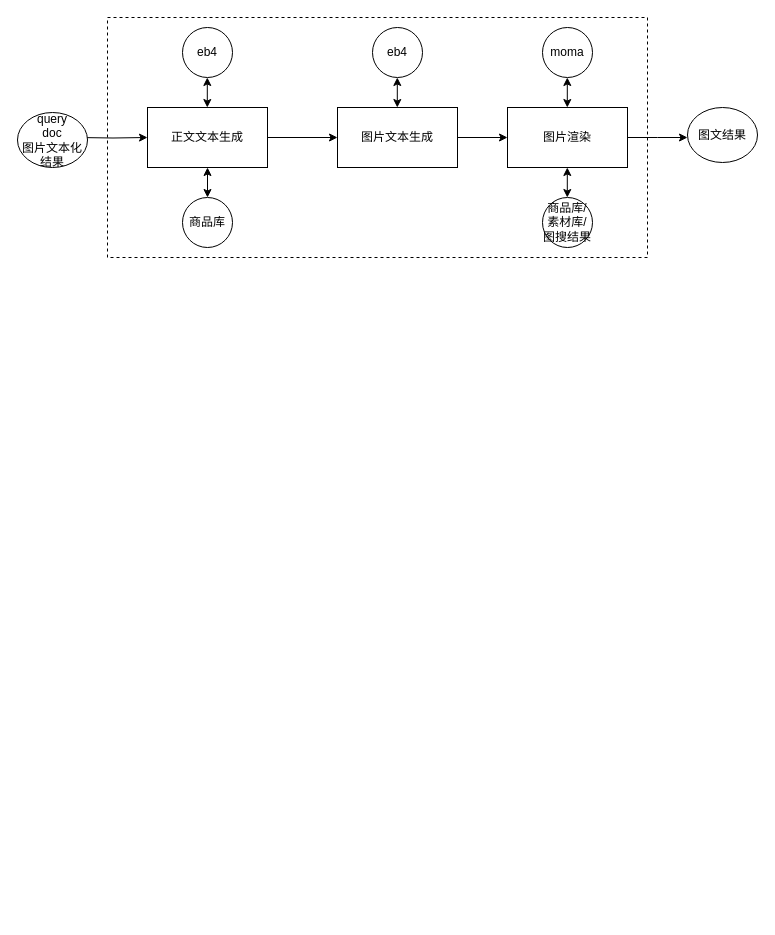
2018liuyan/one keeps this draw.io diagram as 秒笔.drawio. Above is the earlier version. Source tidied: cells renumbered, new cells numbered last; positions are measured from the earlier drawing's top-left corner, leaving out a move shared by most shapes. Both pictures are drawn from the tidied source at 100%, with x=0, y=0 at pixel (17, 17).
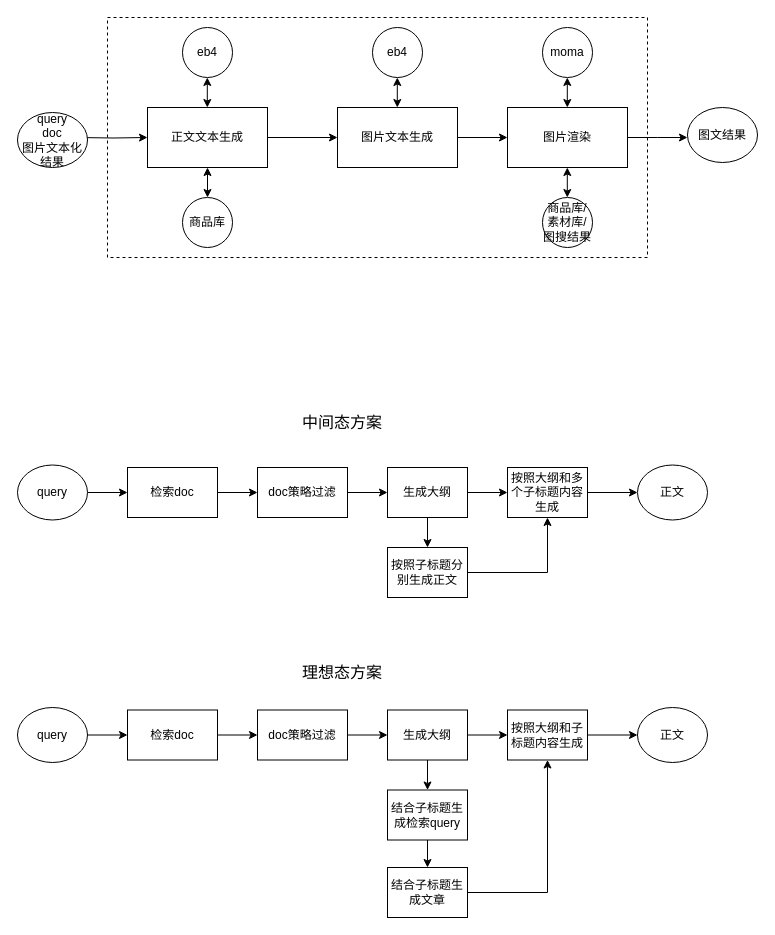
The same diagram, later.

What changed in the source:
```diff
@@
+    <mxCell id="22" style="edgeStyle=orthogonalEdgeStyle;rounded=0;jettySize=auto;html=1;" parent="1" edge="1" source="23" target="25">
+      <mxGeometry relative="1" as="geometry" />
+    </mxCell>
+    <mxCell id="23" value="query" style="ellipse;whiteSpace=wrap;html=1;" parent="1" vertex="1">
+      <mxGeometry y="447.5" width="70" height="55" as="geometry" />
+    </mxCell>
+    <mxCell id="24" style="edgeStyle=orthogonalEdgeStyle;rounded=0;jettySize=auto;html=1;" parent="1" edge="1" source="25" target="27">
+      <mxGeometry relative="1" as="geometry" />
+    </mxCell>
+    <mxCell id="25" value="检索doc" style="rounded=0;whiteSpace=wrap;html=1;" parent="1" vertex="1">
+      <mxGeometry x="110" y="450" width="90" height="50" as="geometry" />
+    </mxCell>
+    <mxCell id="26" style="edgeStyle=orthogonalEdgeStyle;rounded=0;jettySize=auto;html=1;" parent="1" edge="1" source="27" target="30">
+      <mxGeometry relative="1" as="geometry" />
+    </mxCell>
+    <mxCell id="27" value="doc策略过滤" style="rounded=0;whiteSpace=wrap;html=1;" parent="1" vertex="1">
+      <mxGeometry x="240" y="450" width="90" height="50" as="geometry" />
+    </mxCell>
+    <mxCell id="28" style="edgeStyle=orthogonalEdgeStyle;rounded=0;jettySize=auto;html=1;" parent="1" edge="1" source="30" target="32">
+      <mxGeometry relative="1" as="geometry" />
+    </mxCell>
+    <mxCell id="29" style="edgeStyle=orthogonalEdgeStyle;rounded=0;jettySize=auto;html=1;" parent="1" edge="1" source="30" target="34">
+      <mxGeometry relative="1" as="geometry" />
+    </mxCell>
+    <mxCell id="30" value="生成大纲" style="rounded=0;whiteSpace=wrap;html=1;" parent="1" vertex="1">
+      <mxGeometry x="370" y="450" width="80" height="50" as="geometry" />
+    </mxCell>
+    <mxCell id="31" style="edgeStyle=orthogonalEdgeStyle;rounded=0;jettySize=auto;html=1;" parent="1" edge="1" source="32" target="34">
+      <mxGeometry relative="1" as="geometry" />
+    </mxCell>
+    <mxCell id="32" value="按照子标题分别生成正文" style="rounded=0;whiteSpace=wrap;html=1;" parent="1" vertex="1">
+      <mxGeometry x="370" y="530" width="80" height="50" as="geometry" />
+    </mxCell>
+    <mxCell id="33" style="edgeStyle=orthogonalEdgeStyle;rounded=0;jettySize=auto;html=1;" parent="1" edge="1" source="34" target="35">
+      <mxGeometry relative="1" as="geometry" />
+    </mxCell>
+    <mxCell id="34" value="按照大纲和多个子标题内容生成" style="rounded=0;whiteSpace=wrap;html=1;" parent="1" vertex="1">
+      <mxGeometry x="490" y="450" width="80" height="50" as="geometry" />
+    </mxCell>
+    <mxCell id="35" value="正文" style="ellipse;whiteSpace=wrap;html=1;" parent="1" vertex="1">
+      <mxGeometry x="620" y="447.5" width="70" height="55" as="geometry" />
+    </mxCell>
+    <mxCell id="36" value="&lt;font style=&quot;font-size: 16px;&quot;&gt;中间态方案&lt;/font&gt;" style="text;html=1;align=center;verticalAlign=middle;whiteSpace=wrap;rounded=0;" parent="1" vertex="1">
+      <mxGeometry x="270" y="390" width="110" height="30" as="geometry" />
+    </mxCell>
+    <mxCell id="37" value="&lt;span style=&quot;font-size: 16px;&quot;&gt;理想态方案&lt;/span&gt;" style="text;html=1;align=center;verticalAlign=middle;whiteSpace=wrap;rounded=0;" parent="1" vertex="1">
+      <mxGeometry x="270" y="640" width="110" height="30" as="geometry" />
+    </mxCell>
+    <mxCell id="38" style="edgeStyle=orthogonalEdgeStyle;rounded=0;jettySize=auto;html=1;" parent="1" edge="1" source="39" target="41">
+      <mxGeometry relative="1" as="geometry" />
+    </mxCell>
+    <mxCell id="39" value="query" style="ellipse;whiteSpace=wrap;html=1;" parent="1" vertex="1">
+      <mxGeometry y="690" width="70" height="55" as="geometry" />
+    </mxCell>
+    <mxCell id="40" style="edgeStyle=orthogonalEdgeStyle;rounded=0;jettySize=auto;html=1;" parent="1" edge="1" source="41" target="43">
+      <mxGeometry relative="1" as="geometry" />
+    </mxCell>
+    <mxCell id="41" value="检索doc" style="rounded=0;whiteSpace=wrap;html=1;" parent="1" vertex="1">
+      <mxGeometry x="110" y="692.5" width="90" height="50" as="geometry" />
+    </mxCell>
+    <mxCell id="42" style="edgeStyle=orthogonalEdgeStyle;rounded=0;jettySize=auto;html=1;" parent="1" edge="1" source="43" target="46">
+      <mxGeometry relative="1" as="geometry" />
+    </mxCell>
+    <mxCell id="43" value="doc策略过滤" style="rounded=0;whiteSpace=wrap;html=1;" parent="1" vertex="1">
+      <mxGeometry x="240" y="692.5" width="90" height="50" as="geometry" />
+    </mxCell>
+    <mxCell id="44" style="edgeStyle=orthogonalEdgeStyle;rounded=0;jettySize=auto;html=1;" parent="1" edge="1" source="46" target="48">
+      <mxGeometry relative="1" as="geometry" />
+    </mxCell>
+    <mxCell id="45" style="edgeStyle=orthogonalEdgeStyle;rounded=0;jettySize=auto;html=1;" parent="1" edge="1" source="46" target="50">
+      <mxGeometry relative="1" as="geometry" />
+    </mxCell>
+    <mxCell id="46" value="生成大纲" style="rounded=0;whiteSpace=wrap;html=1;" parent="1" vertex="1">
+      <mxGeometry x="370" y="692.5" width="80" height="50" as="geometry" />
+    </mxCell>
+    <mxCell id="47" style="edgeStyle=orthogonalEdgeStyle;rounded=0;jettySize=auto;html=1;" parent="1" edge="1" source="48" target="53">
+      <mxGeometry relative="1" as="geometry" />
+    </mxCell>
+    <mxCell id="48" value="结合子标题生成检索query" style="rounded=0;whiteSpace=wrap;html=1;" parent="1" vertex="1">
+      <mxGeometry x="370" y="772.5" width="80" height="50" as="geometry" />
+    </mxCell>
+    <mxCell id="49" style="edgeStyle=orthogonalEdgeStyle;rounded=0;jettySize=auto;html=1;" parent="1" edge="1" source="50" target="51">
+      <mxGeometry relative="1" as="geometry" />
+    </mxCell>
+    <mxCell id="50" value="按照大纲和子标题内容生成" style="rounded=0;whiteSpace=wrap;html=1;" parent="1" vertex="1">
+      <mxGeometry x="490" y="692.5" width="80" height="50" as="geometry" />
+    </mxCell>
+    <mxCell id="51" value="正文" style="ellipse;whiteSpace=wrap;html=1;" parent="1" vertex="1">
+      <mxGeometry x="620" y="690" width="70" height="55" as="geometry" />
+    </mxCell>
+    <mxCell id="52" style="edgeStyle=orthogonalEdgeStyle;rounded=0;jettySize=auto;html=1;entryX=0.5;entryY=1;entryDx=0;entryDy=0;" parent="1" edge="1" source="53" target="50">
+      <mxGeometry relative="1" as="geometry" />
+    </mxCell>
+    <mxCell id="53" value="结合子标题生成文章" style="rounded=0;whiteSpace=wrap;html=1;" parent="1" vertex="1">
+      <mxGeometry x="370" y="850" width="80" height="50" as="geometry" />
+    </mxCell>
```
